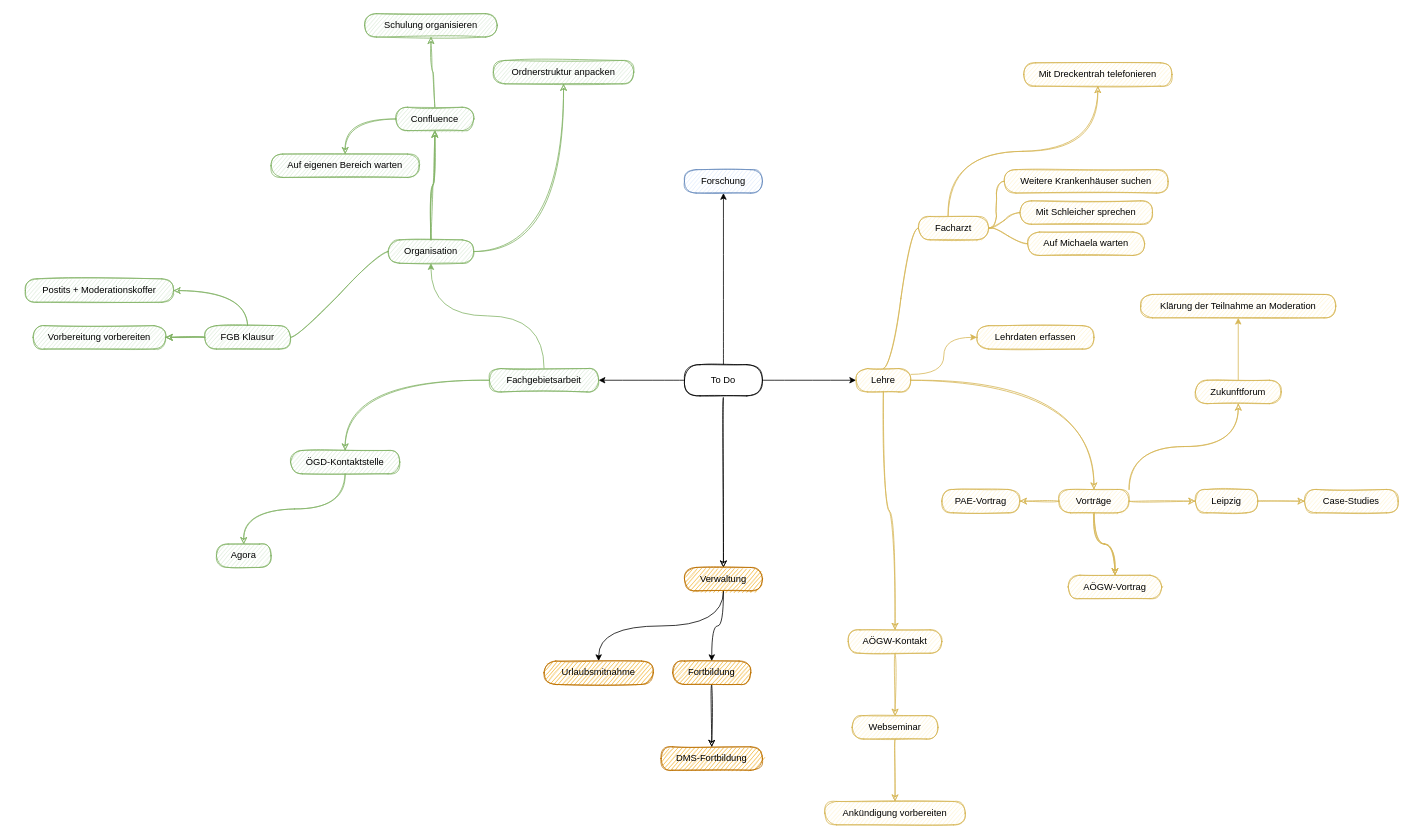
The draw.io diagram drawio/todo.drawio in jakobschumacher/graphs, before the edit. Source tidied: cells renumbered, new cells numbered last; positions are measured from the earlier drawing's top-left corner, leaving out a move shared by most shapes. Both pictures are drawn from the tidied source at 78%, with x=0, y=0 at pixel (25, 13).
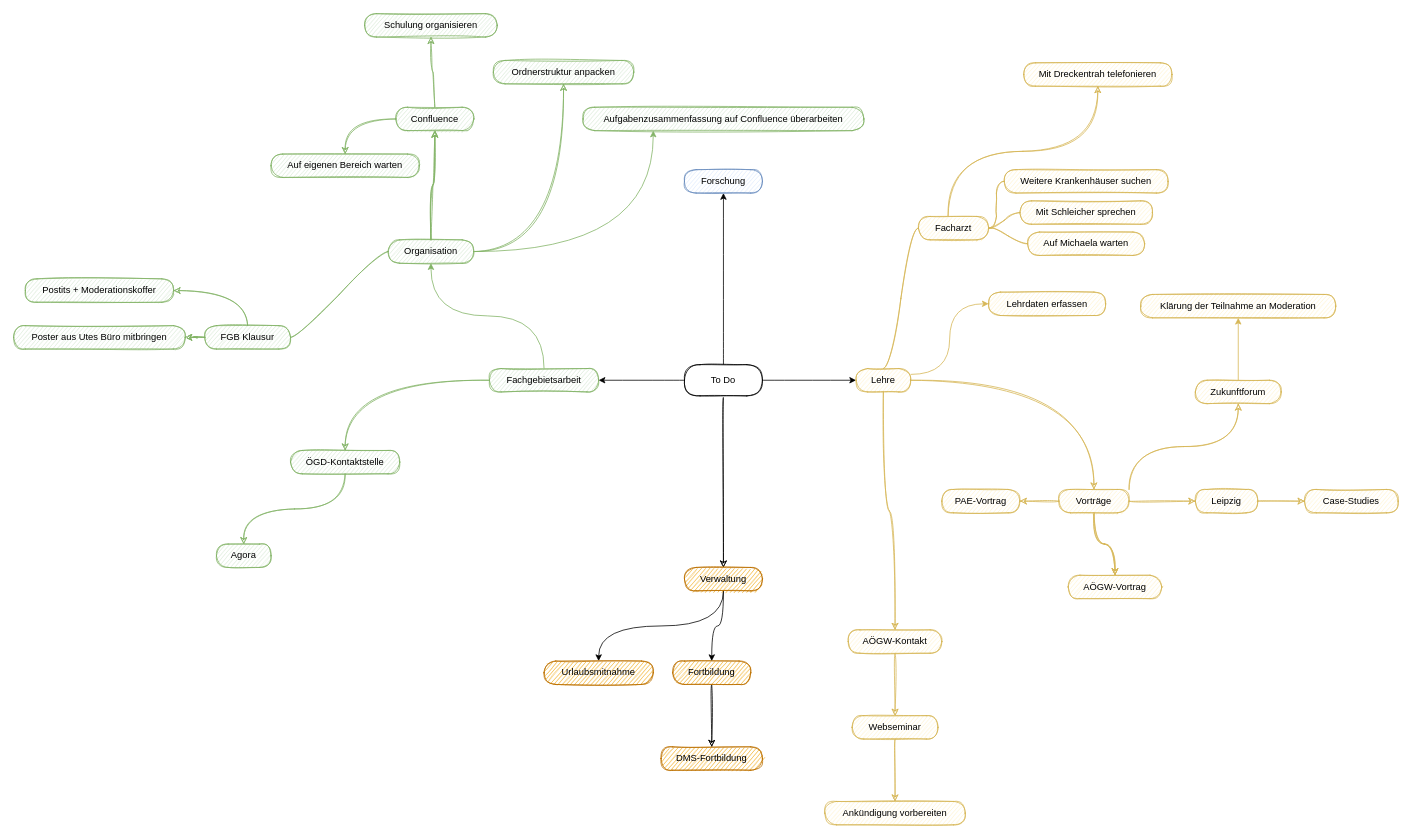
After the change.

Unchanged cells that the change refers to:
```xml
<mxCell id="14" value="Organisation" style="whiteSpace=wrap;html=1;rounded=1;arcSize=50;align=center;verticalAlign=middle;strokeWidth=1;spacing=4;newEdgeStyle={&quot;edgeStyle&quot;:&quot;entityRelationEdgeStyle&quot;,&quot;startArrow&quot;:&quot;none&quot;,&quot;endArrow&quot;:&quot;none&quot;,&quot;segment&quot;:10,&quot;curved&quot;:1};sketch=1;fillColor=#d5e8d4;strokeColor=#82b366;" parent="1" vertex="1">
  <mxGeometry x="465" y="290" width="110" height="30" as="geometry" />
</mxCell>
```

The edit, as a diff of the source:
```diff
@@
+    <mxCell id="72" style="edgeStyle=orthogonalEdgeStyle;jettySize=auto;html=1;exitX=1;exitY=0.5;exitDx=0;exitDy=0;entryX=0.25;entryY=1;entryDx=0;entryDy=0;fillColor=#d5e8d4;strokeColor=#82b366;curved=1;" parent="1" edge="1" source="14" target="73">
+      <mxGeometry relative="1" as="geometry" />
+    </mxCell>
@@
-    <mxCell id="49" value="Vorbereitung vorbereiten" style="whiteSpace=wrap;html=1;rounded=1;arcSize=50;align=center;verticalAlign=middle;strokeWidth=1;spacing=4;newEdgeStyle={&quot;edgeStyle&quot;:&quot;entityRelationEdgeStyle&quot;,&quot;startArrow&quot;:&quot;none&quot;,&quot;endArrow&quot;:&quot;none&quot;,&quot;segment&quot;:10,&quot;curved&quot;:1};sketch=1;fillColor=#d5e8d4;strokeColor=#82b366;" parent="1" vertex="1">
-      <mxGeometry x="10" y="400" width="170" height="30" as="geometry" />
+    <mxCell id="49" value="Poster aus Utes Büro mitbringen" style="whiteSpace=wrap;html=1;rounded=1;arcSize=50;align=center;verticalAlign=middle;strokeWidth=1;spacing=4;newEdgeStyle={&quot;edgeStyle&quot;:&quot;entityRelationEdgeStyle&quot;,&quot;startArrow&quot;:&quot;none&quot;,&quot;endArrow&quot;:&quot;none&quot;,&quot;segment&quot;:10,&quot;curved&quot;:1};sketch=1;fillColor=#d5e8d4;strokeColor=#82b366;" parent="1" vertex="1">
+      <mxGeometry x="-15" y="400" width="220" height="30" as="geometry" />
     </mxCell>
@@
     <mxCell id="71" value="Lehrdaten erfassen" style="whiteSpace=wrap;html=1;rounded=1;arcSize=50;align=center;verticalAlign=middle;strokeWidth=1;spacing=4;newEdgeStyle={&quot;edgeStyle&quot;:&quot;entityRelationEdgeStyle&quot;,&quot;startArrow&quot;:&quot;none&quot;,&quot;endArrow&quot;:&quot;none&quot;,&quot;segment&quot;:10,&quot;curved&quot;:1};sketch=1;fillColor=#fff2cc;strokeColor=#d6b656;" parent="1" vertex="1" collapsed="1">
-      <mxGeometry x="1220" y="400" width="150" height="30" as="geometry" />
+      <mxGeometry x="1235" y="357" width="150" height="30" as="geometry" />
     </mxCell>
+    <mxCell id="73" value="Aufgabenzusammenfassung auf Confluence überarbeiten" style="whiteSpace=wrap;html=1;rounded=1;arcSize=50;align=center;verticalAlign=middle;strokeWidth=1;spacing=4;newEdgeStyle={&quot;edgeStyle&quot;:&quot;entityRelationEdgeStyle&quot;,&quot;startArrow&quot;:&quot;none&quot;,&quot;endArrow&quot;:&quot;none&quot;,&quot;segment&quot;:10,&quot;curved&quot;:1};sketch=1;fillColor=#d5e8d4;strokeColor=#82b366;" parent="1" vertex="1">
+      <mxGeometry x="715" y="120" width="360" height="30" as="geometry" />
+    </mxCell>
```
